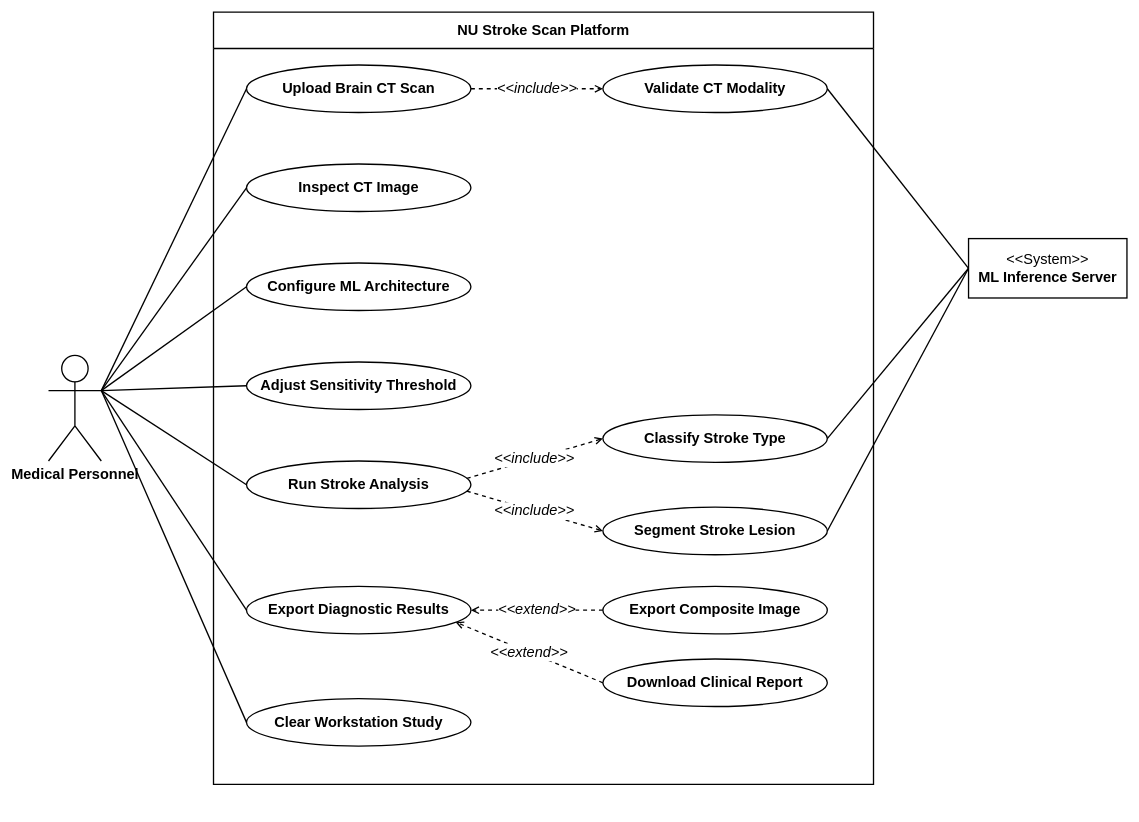
Before: usecase-diagram.drawio in Cell1991/nu-stroke-scan, a draw.io diagram. Source tidied: cells renumbered, new cells numbered last; positions are measured from the earlier drawing's top-left corner, leaving out a move shared by most shapes. Both pictures are drawn from the tidied source at 66%, with x=0, y=0 at pixel (48, 12).
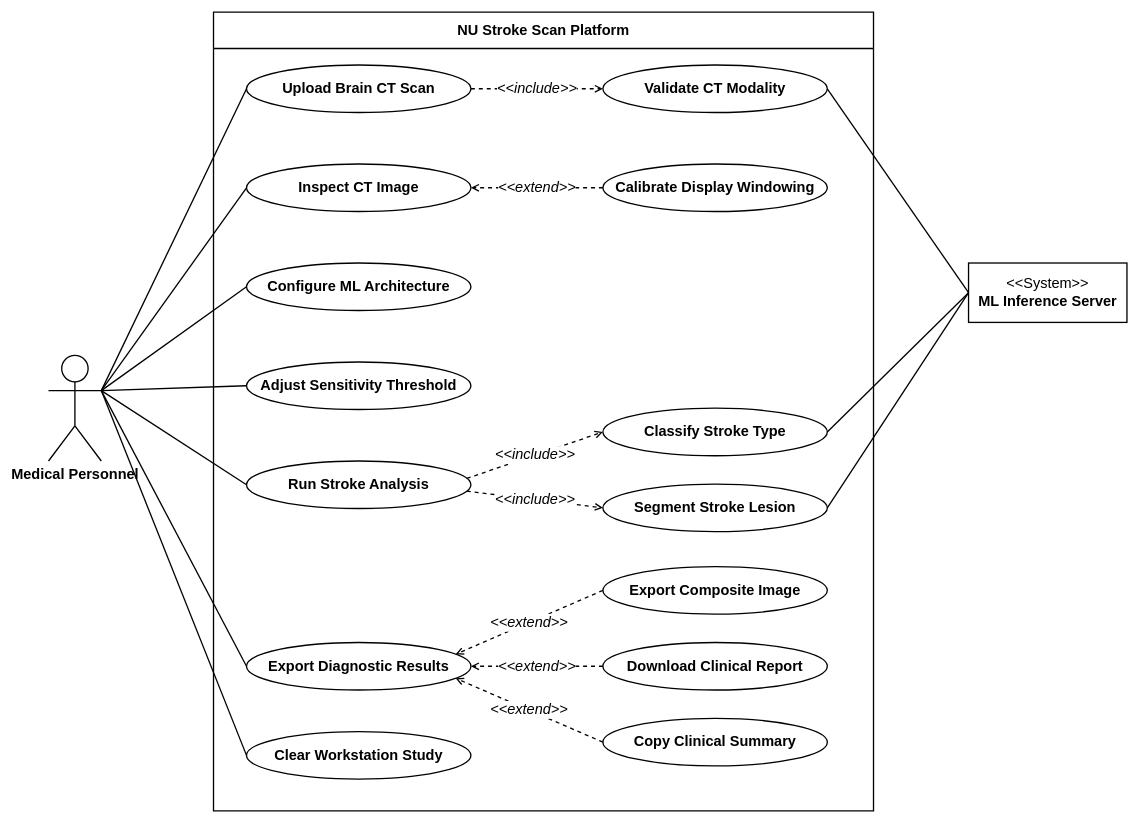
The same diagram, later.

Unchanged cells that the change refers to:
```xml
<mxCell id="4" value="Inspect CT Image" style="ellipse;whiteSpace=wrap;html=1;fillColor=#FFFFFF;strokeColor=#000000;strokeWidth=2;fontColor=#000000;fontFamily=Arial;fontStyle=1;fontSize=22;" parent="1" vertex="1">
  <mxGeometry x="300" y="230" width="340" height="72" as="geometry" />
</mxCell>
```

The edit, as a diff of the source:
```diff
@@
     <mxCell id="2" value="NU Stroke Scan Platform" style="swimlane;whiteSpace=wrap;html=1;startSize=55;fillColor=#FFFFFF;strokeColor=#000000;strokeWidth=2;fontColor=#000000;fontFamily=Arial;fontStyle=1;fontSize=22;rounded=0;" parent="1" vertex="1">
-      <mxGeometry x="250" width="1000" height="1170" as="geometry" />
+      <mxGeometry x="250" width="1000" height="1210" as="geometry" />
     </mxCell>
@@
     <mxCell id="8" value="Export Diagnostic Results" style="ellipse;whiteSpace=wrap;html=1;fillColor=#FFFFFF;strokeColor=#000000;strokeWidth=2;fontColor=#000000;fontFamily=Arial;fontStyle=1;fontSize=22;" parent="1" vertex="1">
-      <mxGeometry x="300" y="870" width="340" height="72" as="geometry" />
+      <mxGeometry x="300" y="955" width="340" height="72" as="geometry" />
     </mxCell>
     <mxCell id="9" value="Clear Workstation Study" style="ellipse;whiteSpace=wrap;html=1;fillColor=#FFFFFF;strokeColor=#000000;strokeWidth=2;fontColor=#000000;fontFamily=Arial;fontStyle=1;fontSize=22;" parent="1" vertex="1">
-      <mxGeometry x="300" y="1040" width="340" height="72" as="geometry" />
+      <mxGeometry x="300" y="1090" width="340" height="72" as="geometry" />
     </mxCell>
@@
+    <mxCell id="32" value="Calibrate Display Windowing" style="ellipse;whiteSpace=wrap;html=1;fillColor=#FFFFFF;strokeColor=#000000;strokeWidth=2;fontColor=#000000;fontFamily=Arial;fontStyle=1;fontSize=22;" parent="1" vertex="1">
+      <mxGeometry x="840" y="230" width="340" height="72" as="geometry" />
+    </mxCell>
     <mxCell id="11" value="Classify Stroke Type" style="ellipse;whiteSpace=wrap;html=1;fillColor=#FFFFFF;strokeColor=#000000;strokeWidth=2;fontColor=#000000;fontFamily=Arial;fontStyle=1;fontSize=22;" parent="1" vertex="1">
-      <mxGeometry x="840" y="610" width="340" height="72" as="geometry" />
+      <mxGeometry x="840" y="600" width="340" height="72" as="geometry" />
     </mxCell>
     <mxCell id="12" value="Segment Stroke Lesion" style="ellipse;whiteSpace=wrap;html=1;fillColor=#FFFFFF;strokeColor=#000000;strokeWidth=2;fontColor=#000000;fontFamily=Arial;fontStyle=1;fontSize=22;" parent="1" vertex="1">
-      <mxGeometry x="840" y="750" width="340" height="72" as="geometry" />
+      <mxGeometry x="840" y="715" width="340" height="72" as="geometry" />
     </mxCell>
     <mxCell id="13" value="Export Composite Image" style="ellipse;whiteSpace=wrap;html=1;fillColor=#FFFFFF;strokeColor=#000000;strokeWidth=2;fontColor=#000000;fontFamily=Arial;fontStyle=1;fontSize=22;" parent="1" vertex="1">
-      <mxGeometry x="840" y="870" width="340" height="72" as="geometry" />
+      <mxGeometry x="840" y="840" width="340" height="72" as="geometry" />
     </mxCell>
     <mxCell id="14" value="Download Clinical Report" style="ellipse;whiteSpace=wrap;html=1;fillColor=#FFFFFF;strokeColor=#000000;strokeWidth=2;fontColor=#000000;fontFamily=Arial;fontStyle=1;fontSize=22;" parent="1" vertex="1">
-      <mxGeometry x="840" y="980" width="340" height="72" as="geometry" />
+      <mxGeometry x="840" y="955" width="340" height="72" as="geometry" />
     </mxCell>
+    <mxCell id="33" value="Copy Clinical Summary" style="ellipse;whiteSpace=wrap;html=1;fillColor=#FFFFFF;strokeColor=#000000;strokeWidth=2;fontColor=#000000;fontFamily=Arial;fontStyle=1;fontSize=22;" parent="1" vertex="1">
+      <mxGeometry x="840" y="1070" width="340" height="72" as="geometry" />
+    </mxCell>
@@
     <mxCell id="16" value="&amp;lt;&amp;lt;System&amp;gt;&amp;gt;&lt;br&gt;&lt;b&gt;ML Inference Server&lt;/b&gt;" style="shape=rectangle;whiteSpace=wrap;html=1;fillColor=#FFFFFF;strokeColor=#000000;strokeWidth=2;fontColor=#000000;fontFamily=Arial;fontSize=22;align=center;" parent="1" vertex="1">
-      <mxGeometry x="1394" y="343" width="240" height="90" as="geometry" />
+      <mxGeometry x="1394" y="380" width="240" height="90" as="geometry" />
     </mxCell>
@@
+    <mxCell id="34" value="&amp;lt;&amp;lt;extend&amp;gt;&amp;gt;" style="dashed=1;endArrow=open;endSize=8;strokeColor=#000000;strokeWidth=2;fontSize=22;fontStyle=2;fontFamily=Arial;labelBackgroundColor=#FFFFFF;labelBorderColor=none;html=1;exitX=0;exitY=0.5;entryX=1;entryY=0.5;" parent="1" edge="1" source="32" target="4">
+      <mxGeometry relative="1" as="geometry" />
+    </mxCell>
@@
-    <mxCell id="27" value="&amp;lt;&amp;lt;extend&amp;gt;&amp;gt;" style="dashed=1;endArrow=open;endSize=8;strokeColor=#000000;strokeWidth=2;fontSize=22;fontStyle=2;fontFamily=Arial;labelBackgroundColor=#FFFFFF;labelBorderColor=none;html=1;exitX=0;exitY=0.5;entryX=1;entryY=0.5;" parent="1" edge="1" source="13" target="8">
+    <mxCell id="27" value="&amp;lt;&amp;lt;extend&amp;gt;&amp;gt;" style="dashed=1;endArrow=open;endSize=8;strokeColor=#000000;strokeWidth=2;fontSize=22;fontStyle=2;fontFamily=Arial;labelBackgroundColor=#FFFFFF;labelBorderColor=none;html=1;exitX=0;exitY=0.5;entryX=1;entryY=0.2;" parent="1" edge="1" source="13" target="8">
       <mxGeometry relative="1" as="geometry" />
     </mxCell>
-    <mxCell id="28" value="&amp;lt;&amp;lt;extend&amp;gt;&amp;gt;" style="dashed=1;endArrow=open;endSize=8;strokeColor=#000000;strokeWidth=2;fontSize=22;fontStyle=2;fontFamily=Arial;labelBackgroundColor=#FFFFFF;labelBorderColor=none;html=1;exitX=0;exitY=0.5;entryX=1;entryY=0.8;" parent="1" edge="1" source="14" target="8">
+    <mxCell id="28" value="&amp;lt;&amp;lt;extend&amp;gt;&amp;gt;" style="dashed=1;endArrow=open;endSize=8;strokeColor=#000000;strokeWidth=2;fontSize=22;fontStyle=2;fontFamily=Arial;labelBackgroundColor=#FFFFFF;labelBorderColor=none;html=1;exitX=0;exitY=0.5;entryX=1;entryY=0.5;" parent="1" edge="1" source="14" target="8">
       <mxGeometry relative="1" as="geometry" />
     </mxCell>
+    <mxCell id="35" value="&amp;lt;&amp;lt;extend&amp;gt;&amp;gt;" style="dashed=1;endArrow=open;endSize=8;strokeColor=#000000;strokeWidth=2;fontSize=22;fontStyle=2;fontFamily=Arial;labelBackgroundColor=#FFFFFF;labelBorderColor=none;html=1;exitX=0;exitY=0.5;entryX=1;entryY=0.8;" parent="1" edge="1" source="33" target="8">
+      <mxGeometry relative="1" as="geometry" />
+    </mxCell>
```
